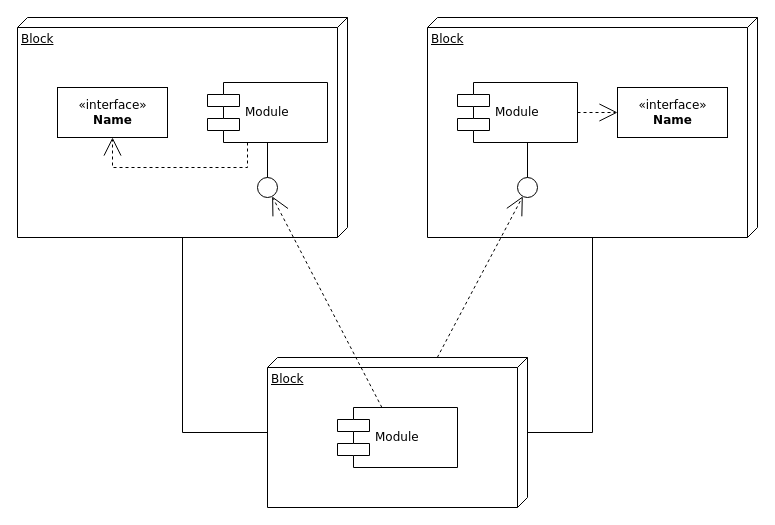
This is Untitled Diagram.drawio from dodtlim/ops-i, a draw.io file, before an edit. Source tidied: cells renumbered, new cells numbered last; positions are measured from the earlier drawing's top-left corner, leaving out a move shared by most shapes. Both pictures are drawn from the tidied source at 100%, with x=0, y=0 at pixel (17, 17).
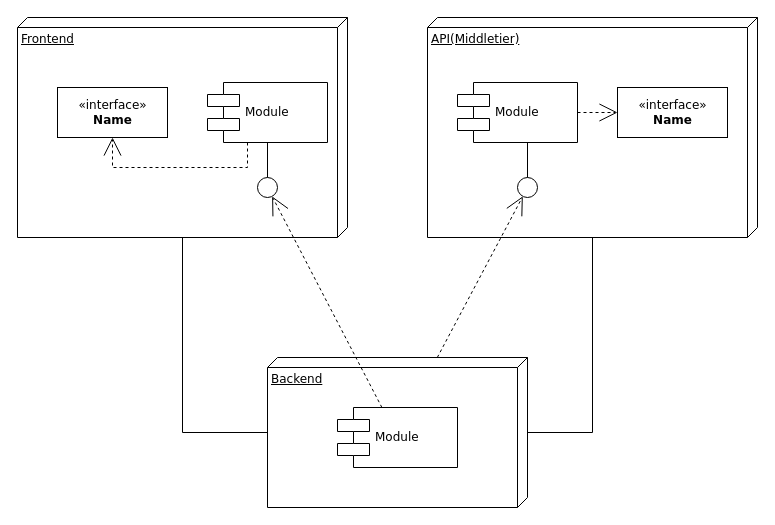
Above is the later version.

What changed in the source:
```diff
@@
-    <mxCell id="2" value="Block" style="verticalAlign=top;align=left;spacingTop=8;spacingLeft=2;spacingRight=12;shape=cube;size=10;direction=south;fontStyle=4;html=1;rounded=0;shadow=0;comic=0;labelBackgroundColor=none;strokeWidth=1;fontFamily=Verdana;fontSize=12;" parent="1" vertex="1">
+    <mxCell id="2" value="Frontend" style="verticalAlign=top;align=left;spacingTop=8;spacingLeft=2;spacingRight=12;shape=cube;size=10;direction=south;fontStyle=4;html=1;rounded=0;shadow=0;comic=0;labelBackgroundColor=none;strokeWidth=1;fontFamily=Verdana;fontSize=12;" parent="1" vertex="1">
       <mxGeometry width="330" height="220" as="geometry" />
     </mxCell>
-    <mxCell id="3" value="Block" style="verticalAlign=top;align=left;spacingTop=8;spacingLeft=2;spacingRight=12;shape=cube;size=10;direction=south;fontStyle=4;html=1;rounded=0;shadow=0;comic=0;labelBackgroundColor=none;strokeWidth=1;fontFamily=Verdana;fontSize=12;" parent="1" vertex="1">
+    <mxCell id="3" value="API(Middletier)" style="verticalAlign=top;align=left;spacingTop=8;spacingLeft=2;spacingRight=12;shape=cube;size=10;direction=south;fontStyle=4;html=1;rounded=0;shadow=0;comic=0;labelBackgroundColor=none;strokeWidth=1;fontFamily=Verdana;fontSize=12;" parent="1" vertex="1">
       <mxGeometry x="410" width="330" height="220" as="geometry" />
     </mxCell>
-    <mxCell id="4" value="Block" style="verticalAlign=top;align=left;spacingTop=8;spacingLeft=2;spacingRight=12;shape=cube;size=10;direction=south;fontStyle=4;html=1;rounded=0;shadow=0;comic=0;labelBackgroundColor=none;strokeWidth=1;fontFamily=Verdana;fontSize=12;" parent="1" vertex="1">
+    <mxCell id="4" value="Backend" style="verticalAlign=top;align=left;spacingTop=8;spacingLeft=2;spacingRight=12;shape=cube;size=10;direction=south;fontStyle=4;html=1;rounded=0;shadow=0;comic=0;labelBackgroundColor=none;strokeWidth=1;fontFamily=Verdana;fontSize=12;" parent="1" vertex="1">
       <mxGeometry x="250" y="340" width="260" height="150" as="geometry" />
     </mxCell>
```
